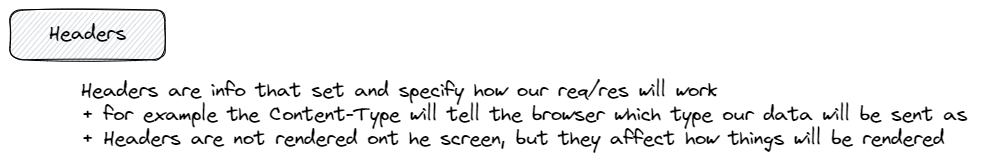
Earlier version of the Excalidraw export notes.excalidraw.png (FadyGamilM/golang-photo-sharing-web-app). Source tidied: one line per element, renumbered; positions are measured from the earlier drawing's top-left corner, leaving out a move shared by most shapes. The source it was exported from:
```json
{"id": 0, "type": "rectangle", "strokeColor": "#000000", "backgroundColor": "#ced4da", "fillStyle": "hachure", "strokeWidth": 1, "roughness": 1, "round": true, "x": 0, "y": 0, "width": 155, "height": 50}
{"id": 1, "type": "text", "text": "Headers", "strokeColor": "#000000", "strokeWidth": 1, "roughness": 1, "fontSize": 20, "fontFamily": 1, "textAlign": "center", "verticalAlign": "middle", "inside": 0, "x": 39, "y": 13, "width": 78, "height": 24}
{"id": 2, "type": "text", "text": "Headers are info that set and specify how our req/res will work \n+ for example the Content-Type will tell the browser which type our data will be sent as \n+ Headers are not rendered ont he screen, but they affect how things will be rendered", "strokeColor": "#000000", "backgroundColor": "#ced4da", "fillStyle": "hachure", "strokeWidth": 1, "roughness": 1, "fontSize": 20, "fontFamily": 1, "x": 71, "y": 68, "width": 896, "height": 73}
```
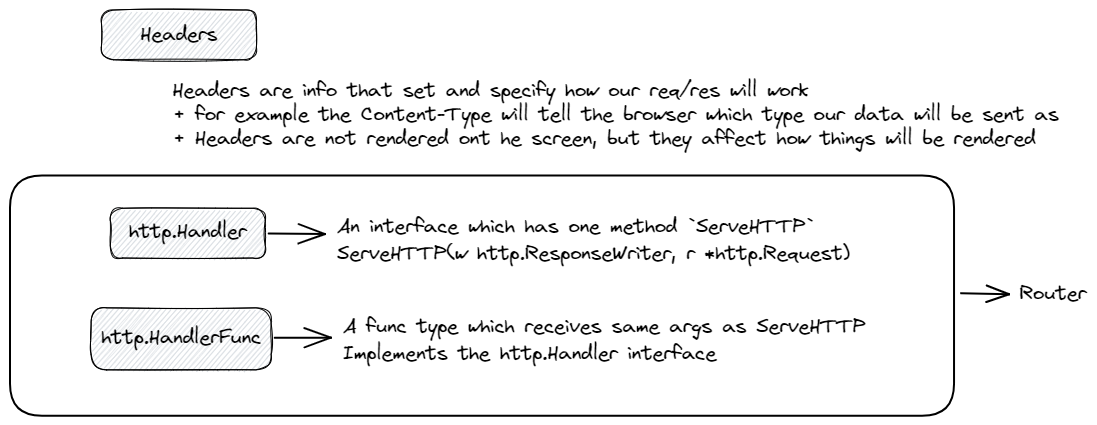
After the commit.

Commit message:
adding one more FAQ page handler

Diff of the diagram source:
```diff
@@ -1,3 +1,14 @@
 {"id": 0, "type": "rectangle", "strokeColor": "#000000", "backgroundColor": "#ced4da", "fillStyle": "hachure", "strokeWidth": 1, "roughness": 1, "round": true, "x": 0, "y": 0, "width": 155, "height": 50}
-{"id": 1, "type": "text", "text": "Headers", "strokeColor": "#000000", "strokeWidth": 1, "roughness": 1, "fontSize": 20, "fontFamily": 1, "textAlign": "center", "verticalAlign": "middle", "inside": 0, "x": 39, "y": 13, "width": 78, "height": 24}
+{"id": 1, "type": "text", "text": "Headers", "strokeColor": "#000000", "strokeWidth": 1, "roughness": 1, "fontSize": 20, "fontFamily": 1, "textAlign": "center", "verticalAlign": "middle", "inside": 0, "x": 39, "y": 13, "width": 78, "height": 26}
 {"id": 2, "type": "text", "text": "Headers are info that set and specify how our req/res will work \n+ for example the Content-Type will tell the browser which type our data will be sent as \n+ Headers are not rendered ont he screen, but they affect how things will be rendered", "strokeColor": "#000000", "backgroundColor": "#ced4da", "fillStyle": "hachure", "strokeWidth": 1, "roughness": 1, "fontSize": 20, "fontFamily": 1, "x": 71, "y": 68, "width": 896, "height": 73}
+{"id": 3, "type": "rectangle", "strokeColor": "#000000", "backgroundColor": "#ced4da", "fillStyle": "hachure", "strokeWidth": 1, "roughness": 1, "round": true, "x": 9, "y": 198, "width": 155, "height": 50}
+{"id": 4, "type": "text", "text": "http.Handler", "strokeColor": "#000000", "strokeWidth": 1, "roughness": 1, "fontSize": 20, "fontFamily": 1, "textAlign": "center", "verticalAlign": "middle", "inside": 3, "x": 27, "y": 210, "width": 119, "height": 26}
+{"id": 5, "type": "arrow", "strokeColor": "#000000", "strokeWidth": 2, "roughness": 0, "endArrowhead": "arrow", "round": true, "from": 3, "to": 6, "x": 167, "y": 223, "width": 56, "height": 1, "points": [[0, 0], [56, 1]]}
+{"id": 6, "type": "text", "text": "An interface which has one method `ServeHTTP`\nServeHTTP(w http.ResponseWriter, r *http.Request)", "strokeColor": "#000000", "strokeWidth": 1, "roughness": 1, "fontSize": 20, "fontFamily": 1, "x": 236, "y": 203, "width": 513, "height": 54}
+{"id": 7, "type": "rectangle", "strokeColor": "#000000", "backgroundColor": "#ced4da", "fillStyle": "hachure", "strokeWidth": 1, "roughness": 1, "round": true, "x": -10, "y": 298, "width": 180, "height": 62}
+{"id": 8, "type": "text", "text": "http.HandlerFunc", "strokeColor": "#000000", "strokeWidth": 1, "roughness": 1, "fontSize": 20, "fontFamily": 1, "textAlign": "center", "verticalAlign": "middle", "inside": 7, "x": -1, "y": 316, "width": 161, "height": 26}
+{"id": 9, "type": "arrow", "strokeColor": "#000000", "strokeWidth": 2, "roughness": 0, "endArrowhead": "arrow", "round": true, "from": 7, "to": 10, "x": 173, "y": 328, "width": 56, "height": 0, "points": [[0, 0], [56, 0]]}
+{"id": 10, "type": "text", "text": "A func type which receives same args as ServeHTTP\nImplements the http.Handler interface", "strokeColor": "#000000", "strokeWidth": 1, "roughness": 1, "fontSize": 20, "fontFamily": 1, "x": 242, "y": 303, "width": 523, "height": 54}
+{"id": 11, "type": "rectangle", "strokeColor": "#000000", "strokeWidth": 2, "roughness": 0, "round": true, "x": -91, "y": 165, "width": 944, "height": 240}
+{"id": 12, "type": "arrow", "strokeColor": "#000000", "strokeWidth": 2, "roughness": 0, "endArrowhead": "arrow", "round": true, "from": 11, "to": 13, "x": 860, "y": 283, "width": 48, "height": 1, "points": [[0, 0], [48, 1]]}
+{"id": 13, "type": "text", "text": "Router", "strokeColor": "#000000", "strokeWidth": 2, "roughness": 0, "fontSize": 20, "fontFamily": 1, "x": 918, "y": 272, "width": 68, "height": 24}
```
